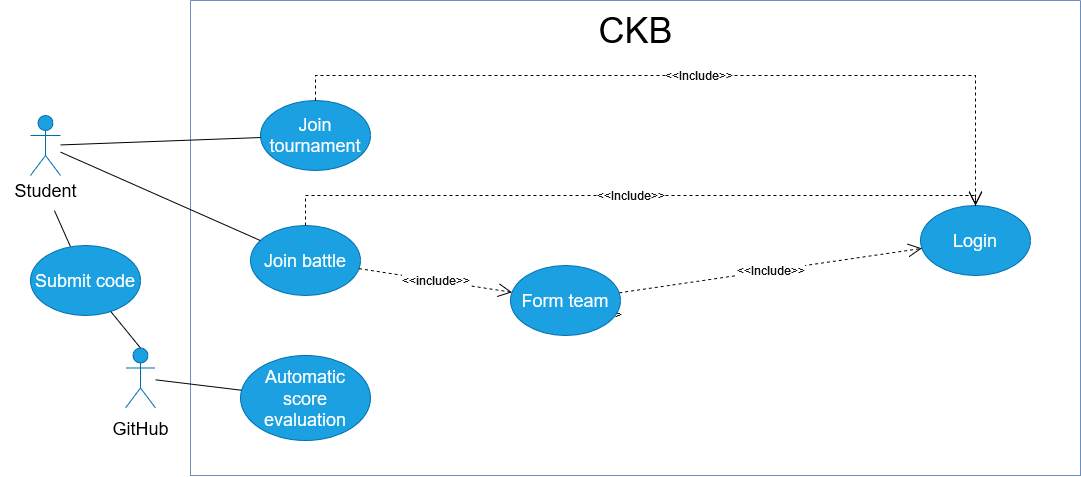
Earlier version of the draw.io export RASD/src/uc_diagrams/student.png (manuu1311/CodeKataBattle). Source tidied: cells renumbered, new cells last; positions are measured from the earlier drawing's top-left corner, leaving out a move shared by most shapes.
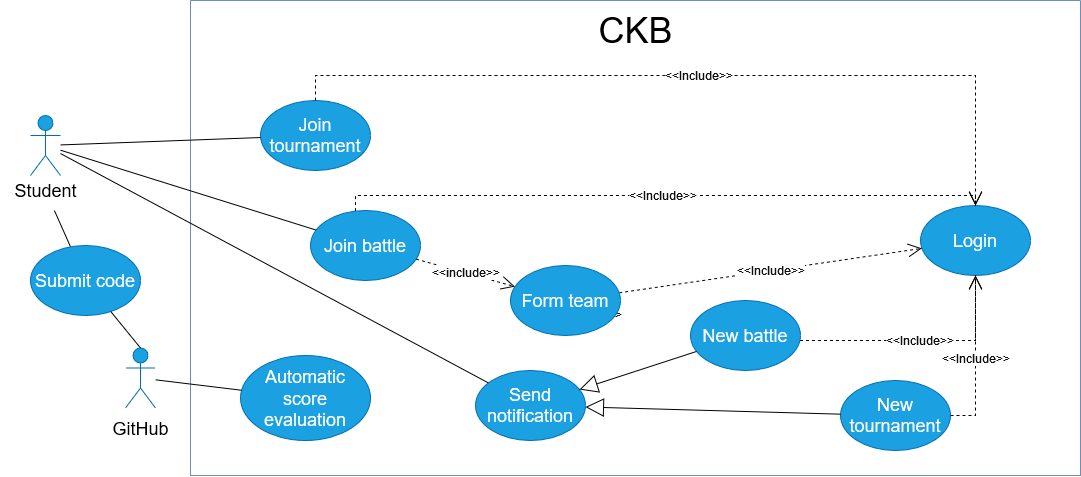
The same file after the commit.

Commit message:
added notification use case

Diff of the diagram source:
```diff
@@ -1,31 +1,26 @@
-<mxGraphModel background="#ffffff">
+<mxGraphModel>
   <root>
     <mxCell id="0" />
     <mxCell id="1" parent="0" />
-    <mxCell id="2" style="endArrow=none;html=1;rounded=0;entryX=0.5;entryY=0;entryDx=0;entryDy=0;entryPerimeter=0;" parent="1" edge="1" target="x">
-      <mxGeometry relative="1" as="geometry">
-        <mxPoint x="55.4" y="404.4" as="sourcePoint" />
-      </mxGeometry>
-    </mxCell>
-    <mxCell id="3" style="shape=umlActor;verticalLabelPosition=bottom;verticalAlign=top;html=1;outlineConnect=0;fillColor=#1ba1e2;strokeColor=#006EAF;fontColor=#ffffff;" parent="1" vertex="1">
-      <mxGeometry x="30" y="115" width="30" height="60" as="geometry" />
-    </mxCell>
-    <mxCell id="4" style="swimlane;startSize=0;fillColor=#dae8fc;strokeColor=#6c8ebf;" parent="1" vertex="1">
-      <mxGeometry x="190" width="890" height="475" as="geometry" />
-    </mxCell>
+    <mxCell id="25" style="shape=umlActor;verticalLabelPosition=bottom;verticalAlign=top;html=1;outlineConnect=0;fillColor=#1ba1e2;strokeColor=#006EAF;fontColor=#ffffff;" parent="1" vertex="1">
+      <mxGeometry x="30" y="115" width="30" height="60" as="geometry" />
+    </mxCell>
+    <mxCell id="26" style="swimlane;startSize=0;fillColor=#dae8fc;strokeColor=#6c8ebf;" parent="1" vertex="1">
+      <mxGeometry x="190" width="890" height="475" as="geometry" />
+    </mxCell>
-    <mxCell id="5" value="&lt;font style=&quot;font-size: 36px;&quot;&gt;CKB&lt;/font&gt;" style="text;html=1;align=center;verticalAlign=middle;strokeColor=none;fillColor=none;" parent="4" vertex="1">
+    <mxCell id="5" value="&lt;font style=&quot;font-size: 36px;&quot;&gt;CKB&lt;/font&gt;" style="text;html=1;align=center;verticalAlign=middle;strokeColor=none;fillColor=none;" parent="26" vertex="1">
       <mxGeometry x="395" width="100" height="60" as="geometry" />
     </mxCell>
-    <mxCell id="6" value="&lt;font style=&quot;font-size: 18px;&quot;&gt;Join battle &lt;/font&gt;" style="ellipse;whiteSpace=wrap;html=1;fillColor=#1ba1e2;strokeColor=#006EAF;fontColor=#ffffff;" parent="4" vertex="1">
-      <mxGeometry x="60" y="225" width="110" height="70" as="geometry" />
+    <mxCell id="6" value="&lt;font style=&quot;font-size: 18px;&quot;&gt;Join battle &lt;/font&gt;" style="ellipse;whiteSpace=wrap;html=1;fillColor=#1ba1e2;strokeColor=#006EAF;fontColor=#ffffff;" parent="26" vertex="1">
+      <mxGeometry x="120" y="210" width="110" height="70" as="geometry" />
     </mxCell>
-    <mxCell id="7" value="&lt;font style=&quot;font-size: 18px;&quot;&gt;Join tournament&lt;br&gt;&lt;/font&gt;" style="ellipse;whiteSpace=wrap;html=1;fillColor=#1ba1e2;strokeColor=#006EAF;fontColor=#ffffff;" parent="4" vertex="1">
+    <mxCell id="7" value="&lt;font style=&quot;font-size: 18px;&quot;&gt;Join tournament&lt;br&gt;&lt;/font&gt;" style="ellipse;whiteSpace=wrap;html=1;fillColor=#1ba1e2;strokeColor=#006EAF;fontColor=#ffffff;" parent="26" vertex="1">
       <mxGeometry x="70" y="100" width="110" height="70" as="geometry" />
     </mxCell>
-    <mxCell id="8" value="&lt;font style=&quot;font-size: 18px;&quot;&gt;Login&lt;/font&gt;" style="ellipse;whiteSpace=wrap;html=1;fillColor=#1ba1e2;strokeColor=#006EAF;fontColor=#ffffff;" parent="4" vertex="1">
+    <mxCell id="8" value="&lt;font style=&quot;font-size: 18px;&quot;&gt;Login&lt;/font&gt;" style="ellipse;whiteSpace=wrap;html=1;fillColor=#1ba1e2;strokeColor=#006EAF;fontColor=#ffffff;" parent="26" vertex="1">
       <mxGeometry x="730" y="205" width="110" height="70" as="geometry" />
     </mxCell>
-    <mxCell id="9" value="&lt;font color=&quot;#0f0f0f&quot;&gt;&amp;lt;&amp;lt;Include&amp;gt;&amp;gt;&lt;/font&gt;" style="endArrow=open;endSize=12;dashed=1;html=1;rounded=0;fontFamily=Helvetica;fontSize=12;fontColor=#ffffff;" parent="4" edge="1" source="7" target="8">
+    <mxCell id="9" value="&lt;font color=&quot;#0f0f0f&quot;&gt;&amp;lt;&amp;lt;Include&amp;gt;&amp;gt;&lt;/font&gt;" style="endArrow=open;endSize=12;dashed=1;html=1;rounded=0;fontFamily=Helvetica;fontSize=12;fontColor=#ffffff;" parent="26" edge="1" source="7" target="8">
       <mxGeometry relative="1" as="geometry">
         <Array as="points">
           <mxPoint x="125" y="75" />
@@ -33,58 +28,90 @@
         </Array>
       </mxGeometry>
     </mxCell>
-    <mxCell id="10" value="&lt;font color=&quot;#0f0f0f&quot;&gt;&amp;lt;&amp;lt;Include&amp;gt;&amp;gt;&lt;/font&gt;" style="endArrow=open;endSize=12;dashed=1;html=1;rounded=0;fontFamily=Helvetica;fontSize=12;fontColor=#ffffff;edgeStyle=orthogonalEdgeStyle;" parent="4" edge="1" source="6" target="8">
+    <mxCell id="10" value="&lt;font color=&quot;#0f0f0f&quot;&gt;&amp;lt;&amp;lt;Include&amp;gt;&amp;gt;&lt;/font&gt;" style="endArrow=open;endSize=12;dashed=1;html=1;rounded=0;fontFamily=Helvetica;fontSize=12;fontColor=#ffffff;edgeStyle=orthogonalEdgeStyle;" parent="26" edge="1" source="6" target="8">
       <mxGeometry relative="1" as="geometry">
         <Array as="points">
-          <mxPoint x="115" y="195" />
+          <mxPoint x="165" y="195" />
           <mxPoint x="785" y="195" />
         </Array>
       </mxGeometry>
     </mxCell>
-    <mxCell id="11" value="&lt;font color=&quot;#0f0f0f&quot;&gt;&amp;lt;&amp;lt;include&amp;gt;&amp;gt;&lt;/font&gt;" style="endArrow=open;endSize=12;dashed=1;html=1;rounded=0;fontFamily=Helvetica;fontSize=12;fontColor=#ffffff;" parent="4" edge="1" source="6" target="14">
+    <mxCell id="11" value="&lt;font color=&quot;#0f0f0f&quot;&gt;&amp;lt;&amp;lt;include&amp;gt;&amp;gt;&lt;/font&gt;" style="endArrow=open;endSize=12;dashed=1;html=1;rounded=0;fontFamily=Helvetica;fontSize=12;fontColor=#ffffff;" parent="26" edge="1" source="6" target="14">
       <mxGeometry relative="1" as="geometry" />
     </mxCell>
-    <mxCell id="12" value="&lt;font color=&quot;#0f0f0f&quot;&gt;&amp;lt;&amp;lt;Include&amp;gt;&amp;gt;&lt;/font&gt;" style="endArrow=open;endSize=12;dashed=1;html=1;rounded=0;fontFamily=Helvetica;fontSize=12;fontColor=#ffffff;" parent="4" edge="1" source="14" target="8">
+    <mxCell id="12" value="&lt;font color=&quot;#0f0f0f&quot;&gt;&amp;lt;&amp;lt;Include&amp;gt;&amp;gt;&lt;/font&gt;" style="endArrow=open;endSize=12;dashed=1;html=1;rounded=0;fontFamily=Helvetica;fontSize=12;fontColor=#ffffff;" parent="26" edge="1" source="14" target="8">
       <mxGeometry relative="1" as="geometry" />
     </mxCell>
-    <mxCell id="13" value="&lt;font color=&quot;#0f0f0f&quot;&gt;&amp;lt;&amp;lt;extend&amp;gt;&amp;gt;&lt;/font&gt;" style="endArrow=open;endSize=12;dashed=1;html=1;rounded=0;fontFamily=Helvetica;fontSize=12;fontColor=#ffffff;" parent="4" edge="1">
+    <mxCell id="13" value="&lt;font color=&quot;#0f0f0f&quot;&gt;&amp;lt;&amp;lt;extend&amp;gt;&amp;gt;&lt;/font&gt;" style="endArrow=open;endSize=12;dashed=1;html=1;rounded=0;fontFamily=Helvetica;fontSize=12;fontColor=#ffffff;" parent="26" edge="1">
       <mxGeometry relative="1" as="geometry">
         <mxPoint x="395" y="301" as="sourcePoint" />
         <mxPoint x="402.1" y="327.5" as="targetPoint" />
       </mxGeometry>
     </mxCell>
-    <mxCell id="14" value="&lt;font style=&quot;font-size: 18px;&quot;&gt;Form team &lt;/font&gt;" style="ellipse;whiteSpace=wrap;html=1;fillColor=#1ba1e2;strokeColor=#006EAF;fontColor=#ffffff;" parent="4" vertex="1">
+    <mxCell id="14" value="&lt;font style=&quot;font-size: 18px;&quot;&gt;Form team &lt;/font&gt;" style="ellipse;whiteSpace=wrap;html=1;fillColor=#1ba1e2;strokeColor=#006EAF;fontColor=#ffffff;" parent="26" vertex="1">
       <mxGeometry x="320" y="265" width="110" height="70" as="geometry" />
     </mxCell>
-    <mxCell id="15" value="&lt;font style=&quot;font-size: 18px;&quot;&gt;Automatic score evaluation &lt;/font&gt;" style="ellipse;whiteSpace=wrap;html=1;fillColor=#1ba1e2;strokeColor=#006EAF;fontColor=#ffffff;" parent="4" vertex="1">
+    <mxCell id="15" value="&lt;font style=&quot;font-size: 18px;&quot;&gt;Automatic score evaluation &lt;/font&gt;" style="ellipse;whiteSpace=wrap;html=1;fillColor=#1ba1e2;strokeColor=#006EAF;fontColor=#ffffff;" parent="26" vertex="1">
       <mxGeometry x="50" y="355" width="130" height="85" as="geometry" />
     </mxCell>
-    <mxCell id="16" style="endArrow=none;html=1;rounded=0;" parent="1" edge="1" source="3" target="7">
-      <mxGeometry relative="1" as="geometry" />
-    </mxCell>
+    <mxCell id="27" value="&lt;font style=&quot;font-size: 18px;&quot;&gt;Send notification&lt;br&gt;&lt;/font&gt;" style="ellipse;whiteSpace=wrap;html=1;fillColor=#1ba1e2;strokeColor=#006EAF;fontColor=#ffffff;" parent="26" vertex="1">
+      <mxGeometry x="285" y="370" width="110" height="70" as="geometry" />
+    </mxCell>
+    <mxCell id="28" value="&lt;font style=&quot;font-size: 18px;&quot;&gt;New battle&lt;br&gt;&lt;/font&gt;" style="ellipse;whiteSpace=wrap;html=1;fillColor=#1ba1e2;strokeColor=#006EAF;fontColor=#ffffff;" parent="26" vertex="1">
+      <mxGeometry x="500" y="300" width="110" height="70" as="geometry" />
+    </mxCell>
+    <mxCell id="29" value="&lt;font style=&quot;font-size: 18px;&quot;&gt;New tournament&lt;br&gt;&lt;/font&gt;" style="ellipse;whiteSpace=wrap;html=1;fillColor=#1ba1e2;strokeColor=#006EAF;fontColor=#ffffff;" parent="26" vertex="1">
+      <mxGeometry x="650" y="380" width="110" height="70" as="geometry" />
+    </mxCell>
+    <mxCell id="30" style="endArrow=block;endSize=16;endFill=0;html=1;rounded=0;" parent="26" edge="1" source="29" target="27">
+      <mxGeometry relative="1" as="geometry" />
+    </mxCell>
+    <mxCell id="31" style="endArrow=block;endSize=16;endFill=0;html=1;rounded=0;" parent="26" edge="1" source="28" target="27">
+      <mxGeometry relative="1" as="geometry" />
+    </mxCell>
+    <mxCell id="32" value="&lt;font color=&quot;#0f0f0f&quot;&gt;&amp;lt;&amp;lt;Include&amp;gt;&amp;gt;&lt;/font&gt;" style="endArrow=open;endSize=12;dashed=1;html=1;rounded=0;fontFamily=Helvetica;fontSize=12;fontColor=#ffffff;edgeStyle=orthogonalEdgeStyle;" parent="26" edge="1" source="29" target="8">
+      <mxGeometry relative="1" as="geometry">
+        <Array as="points">
+          <mxPoint x="785" y="415" />
+        </Array>
+      </mxGeometry>
+    </mxCell>
+    <mxCell id="33" value="&lt;font color=&quot;#0f0f0f&quot;&gt;&amp;lt;&amp;lt;Include&amp;gt;&amp;gt;&lt;/font&gt;" style="endArrow=open;endSize=12;dashed=1;html=1;rounded=0;fontFamily=Helvetica;fontSize=12;fontColor=#ffffff;edgeStyle=orthogonalEdgeStyle;" parent="26" edge="1" source="28" target="8">
+      <mxGeometry relative="1" as="geometry">
+        <Array as="points">
+          <mxPoint x="785" y="340" />
+        </Array>
+      </mxGeometry>
+    </mxCell>
+    <mxCell id="34" style="endArrow=none;html=1;rounded=0;" parent="1" edge="1" source="25" target="7">
+      <mxGeometry relative="1" as="geometry" />
+    </mxCell>
     <mxCell id="17" value="&lt;div&gt;&lt;font style=&quot;font-size: 18px;&quot;&gt;Student&lt;/font&gt;&lt;/div&gt;" style="text;html=1;align=center;verticalAlign=middle;points=[];strokeColor=none;fillColor=none;" parent="1" vertex="1">
       <mxGeometry y="170" width="90" height="40" as="geometry" />
     </mxCell>
-    <mxCell id="18" style="endArrow=none;html=1;rounded=0;" parent="1" edge="1" source="3" target="6">
-      <mxGeometry relative="1" as="geometry" />
-    </mxCell>
+    <mxCell id="35" style="endArrow=none;html=1;rounded=0;" parent="1" edge="1" source="25" target="6">
+      <mxGeometry relative="1" as="geometry" />
+    </mxCell>
     <mxCell id="19" style="endArrow=none;html=1;rounded=0;" parent="1" edge="1" source="17" target="22">
       <mxGeometry relative="1" as="geometry" />
     </mxCell>
-    <mxCell id="20" style="shape=umlActor;verticalLabelPosition=bottom;verticalAlign=top;html=1;outlineConnect=0;fillColor=#1ba1e2;strokeColor=#006EAF;fontColor=#ffffff;" parent="1" vertex="1">
-      <mxGeometry x="125" y="347.5" width="30" height="60" as="geometry" />
-    </mxCell>
+    <mxCell id="36" style="shape=umlActor;verticalLabelPosition=bottom;verticalAlign=top;html=1;outlineConnect=0;fillColor=#1ba1e2;strokeColor=#006EAF;fontColor=#ffffff;" parent="1" vertex="1">
+      <mxGeometry x="125" y="347.5" width="30" height="60" as="geometry" />
+    </mxCell>
     <mxCell id="21" value="&lt;font style=&quot;font-size: 18px;&quot;&gt;GitHub&lt;/font&gt;" style="text;html=1;align=center;verticalAlign=middle;strokeColor=none;fillColor=none;" parent="1" vertex="1">
       <mxGeometry x="100" y="407.5" width="80" height="40" as="geometry" />
     </mxCell>
     <mxCell id="22" value="&lt;font style=&quot;font-size: 18px;&quot;&gt;Submit code &lt;/font&gt;" style="ellipse;whiteSpace=wrap;html=1;fillColor=#1ba1e2;strokeColor=#006EAF;fontColor=#ffffff;" parent="1" vertex="1">
       <mxGeometry x="30" y="245" width="110" height="70" as="geometry" />
     </mxCell>
-    <mxCell id="23" style="endArrow=none;html=1;rounded=0;entryX=0.5;entryY=0;entryDx=0;entryDy=0;entryPerimeter=0;" parent="1" edge="1" source="22" target="20">
-      <mxGeometry relative="1" as="geometry" />
-    </mxCell>
-    <mxCell id="24" style="endArrow=none;html=1;rounded=0;" parent="1" edge="1" source="20" target="15">
-      <mxGeometry relative="1" as="geometry" />
-    </mxCell>
+    <mxCell id="37" style="endArrow=none;html=1;rounded=0;entryX=0.5;entryY=0;entryDx=0;entryDy=0;entryPerimeter=0;" parent="1" edge="1" source="22" target="36">
+      <mxGeometry relative="1" as="geometry" />
+    </mxCell>
+    <mxCell id="38" style="endArrow=none;html=1;rounded=0;" parent="1" edge="1" source="36" target="15">
+      <mxGeometry relative="1" as="geometry" />
+    </mxCell>
+    <mxCell id="39" style="endArrow=none;html=1;rounded=0;" parent="1" edge="1" source="25" target="27">
+      <mxGeometry relative="1" as="geometry" />
+    </mxCell>
   </root>
 </mxGraphModel>
```
